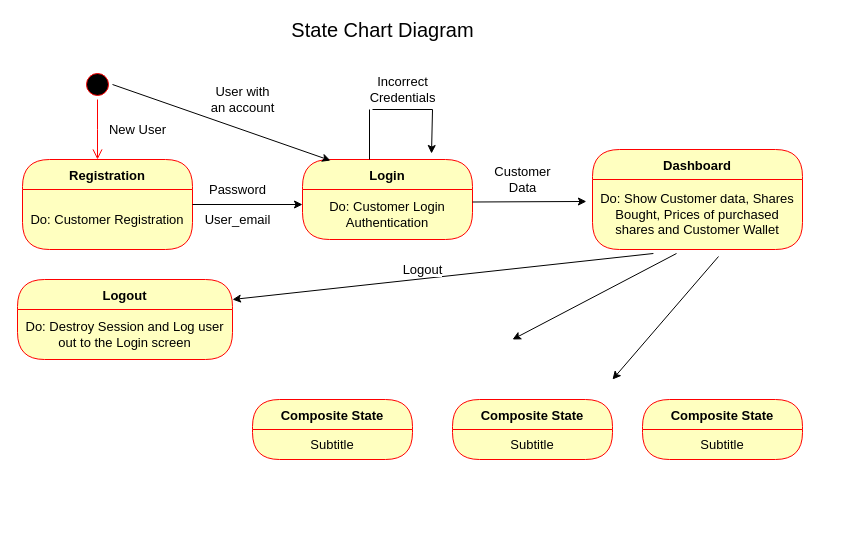
Earlier version of the draw.io diagram Untitled Diagram.drawio (AmanAgrawal21900/Colab-Notebooks). Source tidied: cells renumbered, new cells numbered last; positions are measured from the earlier drawing's top-left corner, leaving out a move shared by most shapes. Both pictures are drawn from the tidied source at 100%, with x=0, y=0 at pixel (17, 19).
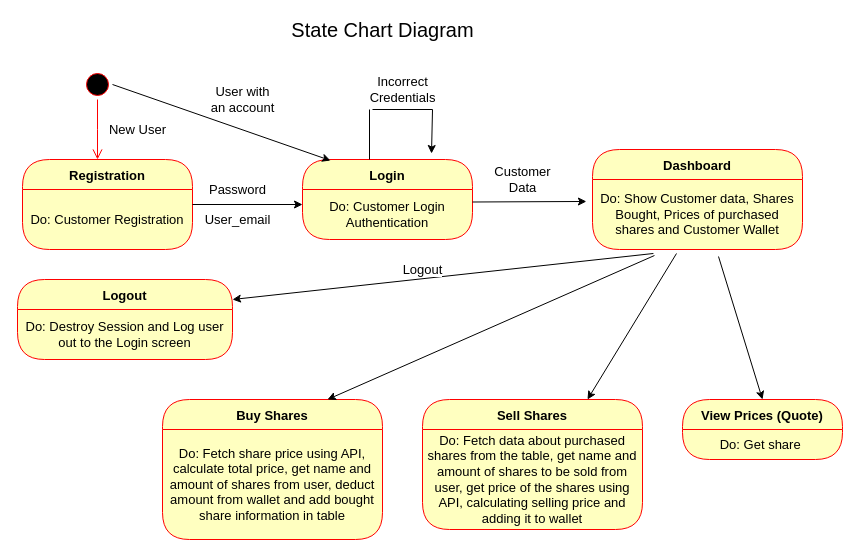
The same diagram, later.

Unchanged cells that the change refers to:
```xml
<mxCell id="13" value="Do: Show Customer data, Shares Bought, Prices of purchased shares and Customer Wallet" style="text;html=1;strokeColor=none;fillColor=none;align=center;verticalAlign=middle;spacingLeft=4;spacingRight=4;whiteSpace=wrap;overflow=hidden;fontColor=#000000;fontSize=13;" parent="12" vertex="1">
  <mxGeometry y="30" width="210" height="70" as="geometry" />
</mxCell>
```

Diff of the diagram source:
```diff
@@
-    <mxCell id="25" style="endArrow=classic;html=1;rounded=0;fontSize=13;exitX=0.4;exitY=1.057;exitDx=0;exitDy=0;exitPerimeter=0;" parent="1" edge="1" source="13">
-      <mxGeometry relative="1" as="geometry">
-        <mxPoint x="495" y="320" as="targetPoint" />
-      </mxGeometry>
+    <mxCell id="25" style="endArrow=classic;html=1;rounded=0;fontSize=13;exitX=0.4;exitY=1.057;exitDx=0;exitDy=0;exitPerimeter=0;entryX=0.75;entryY=0;entryDx=0;entryDy=0;" parent="1" edge="1" source="13" target="29">
+      <mxGeometry relative="1" as="geometry" />
     </mxCell>
-    <mxCell id="26" style="endArrow=classic;html=1;rounded=0;fontSize=13;exitX=0.6;exitY=1.1;exitDx=0;exitDy=0;exitPerimeter=0;" parent="1" edge="1" source="13">
-      <mxGeometry relative="1" as="geometry">
-        <mxPoint x="595" y="360" as="targetPoint" />
-      </mxGeometry>
+    <mxCell id="26" style="endArrow=classic;html=1;rounded=0;fontSize=13;exitX=0.6;exitY=1.1;exitDx=0;exitDy=0;exitPerimeter=0;entryX=0.5;entryY=0;entryDx=0;entryDy=0;" parent="1" edge="1" source="13" target="31">
+      <mxGeometry relative="1" as="geometry" />
     </mxCell>
-    <mxCell id="27" value="Composite State" style="swimlane;fontStyle=1;align=center;verticalAlign=middle;horizontal=1;startSize=30;fontColor=#000000;rounded=1;arcSize=30;strokeColor=#ff0000;fillColor=#ffffc0;swimlaneFillColor=#ffffc0;fontSize=13;" parent="1" vertex="1">
-      <mxGeometry x="235" y="380" width="160" height="60" as="geometry" />
+    <mxCell id="27" value="Buy Shares" style="swimlane;fontStyle=1;align=center;verticalAlign=middle;horizontal=1;startSize=30;fontColor=#000000;rounded=1;arcSize=30;strokeColor=#ff0000;fillColor=#ffffc0;swimlaneFillColor=#ffffc0;fontSize=13;" parent="1" vertex="1">
+      <mxGeometry x="145" y="380" width="220" height="140" as="geometry" />
     </mxCell>
-    <mxCell id="28" value="Subtitle" style="text;html=1;strokeColor=none;fillColor=none;align=center;verticalAlign=middle;spacingLeft=4;spacingRight=4;whiteSpace=wrap;overflow=hidden;fontColor=#000000;fontSize=13;" parent="27" vertex="1">
-      <mxGeometry y="30" width="160" height="30" as="geometry" />
+    <mxCell id="28" value="Do: Fetch share price using API, calculate total price, get name and amount of shares from user, deduct amount from wallet and add bought share information in table" style="text;html=1;strokeColor=none;fillColor=none;align=center;verticalAlign=middle;spacingLeft=4;spacingRight=4;whiteSpace=wrap;overflow=hidden;fontColor=#000000;fontSize=13;" parent="27" vertex="1">
+      <mxGeometry y="30" width="220" height="110" as="geometry" />
     </mxCell>
-    <mxCell id="29" value="Composite State" style="swimlane;fontStyle=1;align=center;verticalAlign=middle;horizontal=1;startSize=30;fontColor=#000000;rounded=1;arcSize=30;strokeColor=#ff0000;fillColor=#ffffc0;swimlaneFillColor=#ffffc0;fontSize=13;" parent="1" vertex="1">
-      <mxGeometry x="435" y="380" width="160" height="60" as="geometry" />
+    <mxCell id="29" value="Sell Shares" style="swimlane;fontStyle=1;align=center;verticalAlign=middle;horizontal=1;startSize=30;fontColor=#000000;rounded=1;arcSize=30;strokeColor=#ff0000;fillColor=#ffffc0;swimlaneFillColor=#ffffc0;fontSize=13;" parent="1" vertex="1">
+      <mxGeometry x="405" y="380" width="220" height="130" as="geometry" />
     </mxCell>
-    <mxCell id="30" value="Subtitle" style="text;html=1;strokeColor=none;fillColor=none;align=center;verticalAlign=middle;spacingLeft=4;spacingRight=4;whiteSpace=wrap;overflow=hidden;fontColor=#000000;fontSize=13;" parent="29" vertex="1">
-      <mxGeometry y="30" width="160" height="30" as="geometry" />
+    <mxCell id="30" value="Do: Fetch data about purchased shares from the table, get name and amount of shares to be sold from user, get price of the shares using API, calculating selling price and adding it to wallet" style="text;html=1;strokeColor=none;fillColor=none;align=center;verticalAlign=middle;spacingLeft=4;spacingRight=4;whiteSpace=wrap;overflow=hidden;fontColor=#000000;fontSize=13;" parent="29" vertex="1">
+      <mxGeometry y="30" width="220" height="100" as="geometry" />
     </mxCell>
-    <mxCell id="31" value="Composite State" style="swimlane;fontStyle=1;align=center;verticalAlign=middle;horizontal=1;startSize=30;fontColor=#000000;rounded=1;arcSize=30;strokeColor=#ff0000;fillColor=#ffffc0;swimlaneFillColor=#ffffc0;fontSize=13;" parent="1" vertex="1">
-      <mxGeometry x="625" y="380" width="160" height="60" as="geometry" />
+    <mxCell id="31" value="View Prices (Quote)" style="swimlane;fontStyle=1;align=center;verticalAlign=middle;horizontal=1;startSize=30;fontColor=#000000;rounded=1;arcSize=30;strokeColor=#ff0000;fillColor=#ffffc0;swimlaneFillColor=#ffffc0;fontSize=13;" parent="1" vertex="1">
+      <mxGeometry x="665" y="380" width="160" height="60" as="geometry" />
     </mxCell>
-    <mxCell id="32" value="Subtitle" style="text;html=1;strokeColor=none;fillColor=none;align=center;verticalAlign=middle;spacingLeft=4;spacingRight=4;whiteSpace=wrap;overflow=hidden;fontColor=#000000;fontSize=13;" parent="31" vertex="1">
+    <mxCell id="32" value="Do: Get share&amp;nbsp;" style="text;html=1;strokeColor=none;fillColor=none;align=center;verticalAlign=middle;spacingLeft=4;spacingRight=4;whiteSpace=wrap;overflow=hidden;fontColor=#000000;fontSize=13;" parent="31" vertex="1">
       <mxGeometry y="30" width="160" height="30" as="geometry" />
     </mxCell>
@@
+    <mxCell id="35" style="endArrow=classic;html=1;rounded=0;exitX=0.295;exitY=1.086;exitDx=0;exitDy=0;exitPerimeter=0;entryX=0.75;entryY=0;entryDx=0;entryDy=0;" parent="1" edge="1" source="13" target="27">
+      <mxGeometry relative="1" as="geometry" />
+    </mxCell>
```
